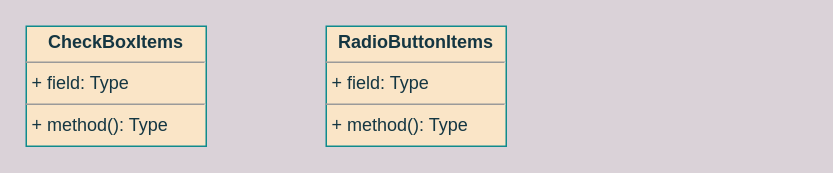
Earlier version of the draw.io diagram UNI-16532.drawio (ShiryaevNikolay/diagrams). Source tidied: cells renumbered, new cells numbered last; positions are measured from the earlier drawing's top-left corner, leaving out a move shared by most shapes. Both pictures are drawn from the tidied source at 150%, with x=0, y=0 at pixel (26, 26).
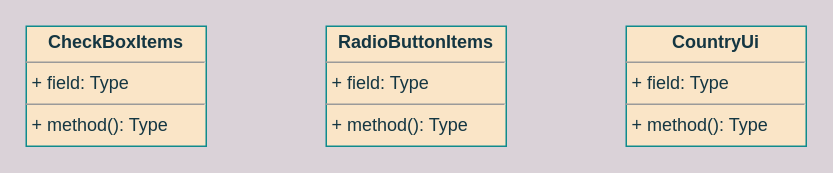
Above is the later version.

What changed in the source:
```diff
@@
 <mxGraphModel background="#DAD2D8">
   <root>
     <mxCell id="0" />
     <mxCell id="1" parent="0" />
     <mxCell id="2" value="&lt;p style=&quot;margin:0px;margin-top:4px;text-align:center;&quot;&gt;&lt;b&gt;CheckBoxItems&lt;/b&gt;&lt;/p&gt;&lt;hr size=&quot;1&quot;&gt;&lt;p style=&quot;margin:0px;margin-left:4px;&quot;&gt;+ field: Type&lt;/p&gt;&lt;hr size=&quot;1&quot;&gt;&lt;p style=&quot;margin:0px;margin-left:4px;&quot;&gt;+ method(): Type&lt;/p&gt;" style="verticalAlign=top;align=left;overflow=fill;fontSize=12;fontFamily=Helvetica;html=1;fillColor=#FAE5C7;strokeColor=#0F8B8D;fontColor=#143642;" parent="1" vertex="1">
       <mxGeometry width="120" height="80" as="geometry" />
     </mxCell>
     <mxCell id="3" value="&lt;p style=&quot;margin:0px;margin-top:4px;text-align:center;&quot;&gt;&lt;b&gt;RadioButtonItems&lt;/b&gt;&lt;/p&gt;&lt;hr size=&quot;1&quot;&gt;&lt;p style=&quot;margin:0px;margin-left:4px;&quot;&gt;+ field: Type&lt;/p&gt;&lt;hr size=&quot;1&quot;&gt;&lt;p style=&quot;margin:0px;margin-left:4px;&quot;&gt;+ method(): Type&lt;/p&gt;" style="verticalAlign=top;align=left;overflow=fill;fontSize=12;fontFamily=Helvetica;html=1;fillColor=#FAE5C7;strokeColor=#0F8B8D;fontColor=#143642;" parent="1" vertex="1">
       <mxGeometry x="200" width="120" height="80" as="geometry" />
     </mxCell>
+    <mxCell id="4" value="&lt;p style=&quot;margin:0px;margin-top:4px;text-align:center;&quot;&gt;&lt;b&gt;CountryUi&lt;/b&gt;&lt;/p&gt;&lt;hr size=&quot;1&quot;&gt;&lt;p style=&quot;margin:0px;margin-left:4px;&quot;&gt;+ field: Type&lt;/p&gt;&lt;hr size=&quot;1&quot;&gt;&lt;p style=&quot;margin:0px;margin-left:4px;&quot;&gt;+ method(): Type&lt;/p&gt;" style="verticalAlign=top;align=left;overflow=fill;fontSize=12;fontFamily=Helvetica;html=1;fillColor=#FAE5C7;strokeColor=#0F8B8D;fontColor=#143642;" parent="1" vertex="1">
+      <mxGeometry x="400" width="120" height="80" as="geometry" />
+    </mxCell>
   </root>
 </mxGraphModel>
```
